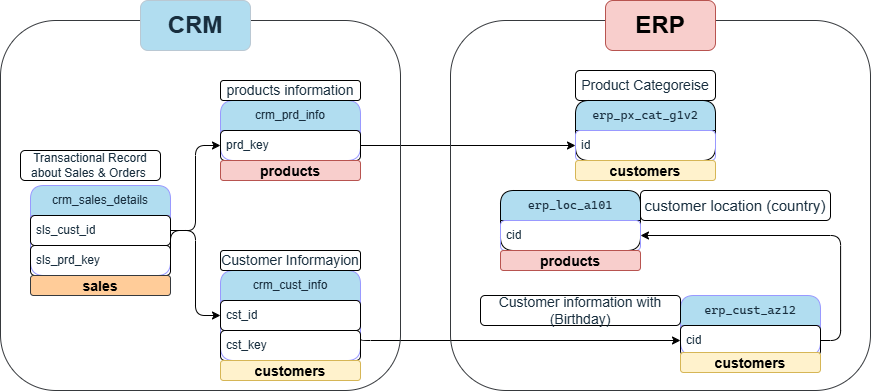
Earlier version of the draw.io export docs/Data integeration.drawio.png (AmenAbdelhay/sql-data-warehouse-project). Source tidied: cells renumbered, new cells last; positions are measured from the earlier drawing's top-left corner, leaving out a move shared by most shapes. The source it was exported from:
```xml
<mxGraphModel>
  <root>
    <mxCell id="0" />
    <mxCell id="1" parent="0" />
    <mxCell id="2" style="edgeStyle=orthogonalEdgeStyle;rounded=1;jettySize=auto;html=1;exitX=1;exitY=0.75;exitDx=0;exitDy=0;entryX=0;entryY=0.75;entryDx=0;entryDy=0;labelBackgroundColor=none;fontColor=default;strokeColor=#000000;" parent="1" edge="1" source="3" target="18">
      <mxGeometry relative="1" as="geometry">
        <Array as="points">
          <mxPoint x="360.1" y="340" />
        </Array>
      </mxGeometry>
    </mxCell>
    <mxCell id="3" value="crm_cust_info" style="swimlane;fontStyle=0;horizontal=1;startSize=30;whiteSpace=wrap;html=1;rounded=1;labelBackgroundColor=none;fillColor=#B1DDF0;strokeColor=#9999FF;fontColor=#182E3E;" parent="1" vertex="1">
      <mxGeometry x="220" y="270" width="140" height="90" as="geometry" />
    </mxCell>
    <mxCell id="4" value="cst_id" style="text;strokeColor=#000000;fillColor=none;align=left;verticalAlign=middle;spacingLeft=4;spacingRight=4;overflow=hidden;points=[[0,0.5],[1,0.5]];portConstraint=eastwest;whiteSpace=wrap;html=1;rounded=1;labelBackgroundColor=none;fontColor=#182E3E;" parent="3" vertex="1">
      <mxGeometry y="30" width="140" height="30" as="geometry" />
    </mxCell>
    <mxCell id="5" value="cst_key" style="text;strokeColor=#000000;fillColor=none;align=left;verticalAlign=middle;spacingLeft=4;spacingRight=4;overflow=hidden;whiteSpace=wrap;html=1;rounded=1;labelBackgroundColor=none;fontColor=#182E3E;" parent="3" vertex="1">
      <mxGeometry y="60" width="140" height="30" as="geometry" />
    </mxCell>
    <mxCell id="6" value="&lt;font style=&quot;font-size: 14px;&quot;&gt;Customer Informayion&lt;/font&gt;" style="text;html=1;whiteSpace=wrap;strokeColor=#000000;fillColor=none;align=center;verticalAlign=middle;rounded=1;labelBackgroundColor=none;fontColor=#182E3E;" parent="1" vertex="1">
      <mxGeometry x="220" y="250" width="140" height="20" as="geometry" />
    </mxCell>
    <mxCell id="7" style="edgeStyle=orthogonalEdgeStyle;rounded=1;jettySize=auto;html=1;exitX=1;exitY=0.5;exitDx=0;exitDy=0;labelBackgroundColor=none;fontColor=default;strokeColor=#000000;" parent="1" edge="1" source="8" target="4">
      <mxGeometry relative="1" as="geometry" />
    </mxCell>
    <mxCell id="8" value="crm_sales_details" style="swimlane;fontStyle=0;horizontal=1;startSize=30;whiteSpace=wrap;html=1;rounded=1;labelBackgroundColor=none;fillColor=#B1DDF0;strokeColor=#9999FF;fontColor=#182E3E;" parent="1" vertex="1">
      <mxGeometry x="30" y="185" width="140" height="90" as="geometry" />
    </mxCell>
    <mxCell id="9" value="sls_cust_id" style="text;strokeColor=#000000;fillColor=none;align=left;verticalAlign=middle;spacingLeft=4;spacingRight=4;overflow=hidden;whiteSpace=wrap;html=1;rounded=1;labelBackgroundColor=none;fontColor=#182E3E;" parent="8" vertex="1">
      <mxGeometry y="30" width="140" height="30" as="geometry" />
    </mxCell>
    <mxCell id="10" value="sls_prd_key" style="text;strokeColor=#000000;fillColor=none;align=left;verticalAlign=middle;spacingLeft=4;spacingRight=4;overflow=hidden;points=[[0,0.5],[1,0.5]];portConstraint=eastwest;whiteSpace=wrap;html=1;rounded=1;labelBackgroundColor=none;fontColor=#182E3E;" parent="8" vertex="1">
      <mxGeometry y="60" width="140" height="30" as="geometry" />
    </mxCell>
    <mxCell id="11" style="edgeStyle=orthogonalEdgeStyle;rounded=1;jettySize=auto;html=1;exitX=1;exitY=0.75;exitDx=0;exitDy=0;entryX=0;entryY=0.75;entryDx=0;entryDy=0;fontStyle=0;labelBackgroundColor=none;fontColor=default;strokeColor=#000000;fillColor=#f8cecc;" parent="1" edge="1" source="12" target="22">
      <mxGeometry relative="1" as="geometry" />
    </mxCell>
    <mxCell id="12" value="crm_prd_info" style="swimlane;fontStyle=0;horizontal=1;startSize=30;whiteSpace=wrap;html=1;rounded=1;labelBackgroundColor=none;fillColor=#B1DDF0;strokeColor=#9999FF;fontColor=#182E3E;" parent="1" vertex="1">
      <mxGeometry x="220" y="100" width="140" height="60" as="geometry" />
    </mxCell>
    <mxCell id="13" value="prd_key" style="text;strokeColor=#000000;fillColor=none;align=left;verticalAlign=middle;spacingLeft=4;spacingRight=4;overflow=hidden;points=[[0,0.5],[1,0.5]];portConstraint=eastwest;whiteSpace=wrap;html=1;rounded=1;labelBackgroundColor=none;fontColor=#182E3E;" parent="12" vertex="1">
      <mxGeometry y="30" width="140" height="30" as="geometry" />
    </mxCell>
    <mxCell id="14" value="&lt;font style=&quot;font-size: 14px;&quot;&gt;products information&lt;/font&gt;" style="text;html=1;whiteSpace=wrap;strokeColor=#000000;fillColor=none;align=center;verticalAlign=middle;rounded=1;labelBackgroundColor=none;fontColor=#182E3E;" parent="1" vertex="1">
      <mxGeometry x="220" y="80" width="140" height="20" as="geometry" />
    </mxCell>
    <mxCell id="15" value="Transactional Record about Sales &amp;amp; Orders&amp;nbsp;" style="text;html=1;whiteSpace=wrap;strokeColor=#000000;fillColor=none;align=center;verticalAlign=middle;rounded=1;labelBackgroundColor=none;fontColor=#182E3E;" parent="1" vertex="1">
      <mxGeometry x="20" y="150" width="140" height="30" as="geometry" />
    </mxCell>
    <mxCell id="16" style="edgeStyle=orthogonalEdgeStyle;rounded=1;jettySize=auto;html=1;exitX=1;exitY=0.5;exitDx=0;exitDy=0;entryX=0;entryY=0.5;entryDx=0;entryDy=0;labelBackgroundColor=none;fontColor=default;strokeColor=#000000;" parent="1" edge="1" source="10" target="13">
      <mxGeometry relative="1" as="geometry">
        <Array as="points">
          <mxPoint x="170.1" y="230" />
          <mxPoint x="195" y="230" />
          <mxPoint x="195" y="145.1" />
        </Array>
      </mxGeometry>
    </mxCell>
    <mxCell id="17" style="edgeStyle=orthogonalEdgeStyle;rounded=1;jettySize=auto;html=1;exitX=1;exitY=0.75;exitDx=0;exitDy=0;entryX=1;entryY=0.75;entryDx=0;entryDy=0;labelBackgroundColor=none;fontColor=default;strokeColor=#000000;" parent="1" edge="1" source="18" target="20">
      <mxGeometry relative="1" as="geometry">
        <Array as="points">
          <mxPoint x="840.1" y="340" />
          <mxPoint x="840.1" y="235.1" />
        </Array>
      </mxGeometry>
    </mxCell>
    <mxCell id="18" value="&lt;pre style=&quot;font-family: &amp;quot;Cascadia Mono&amp;quot;; font-size: 9pt;&quot;&gt;erp_cust_az12&lt;/pre&gt;" style="swimlane;fontStyle=0;horizontal=1;startSize=30;whiteSpace=wrap;html=1;rounded=1;labelBackgroundColor=none;fillColor=#B1DDF0;strokeColor=#9999FF;fontColor=#182E3E;" parent="1" vertex="1">
      <mxGeometry x="680" y="295" width="140" height="60" as="geometry" />
    </mxCell>
    <mxCell id="19" value="cid" style="text;strokeColor=#000000;fillColor=none;align=left;verticalAlign=middle;spacingLeft=4;spacingRight=4;overflow=hidden;whiteSpace=wrap;html=1;rounded=1;labelBackgroundColor=none;fontColor=#182E3E;" parent="18" vertex="1">
      <mxGeometry y="30" width="140" height="30" as="geometry" />
    </mxCell>
    <mxCell id="20" value="&lt;pre style=&quot;font-family: &amp;quot;Cascadia Mono&amp;quot;; font-size: 9pt;&quot;&gt;erp_loc_a101&lt;/pre&gt;" style="swimlane;fontStyle=0;horizontal=1;startSize=30;whiteSpace=wrap;html=1;rounded=1;labelBackgroundColor=none;fillColor=#B1DDF0;strokeColor=#000000;fontColor=#182E3E;" parent="1" vertex="1">
      <mxGeometry x="500" y="190" width="140" height="60" as="geometry" />
    </mxCell>
    <mxCell id="21" value="cid" style="text;strokeColor=#9999FF;fillColor=none;align=left;verticalAlign=middle;spacingLeft=4;spacingRight=4;overflow=hidden;whiteSpace=wrap;html=1;rounded=1;labelBackgroundColor=none;fontColor=#182E3E;" parent="20" vertex="1">
      <mxGeometry y="30" width="140" height="30" as="geometry" />
    </mxCell>
    <mxCell id="22" value="&lt;pre style=&quot;font-family: &amp;quot;Cascadia Mono&amp;quot;; font-size: 9pt;&quot;&gt;erp_px_cat_g1v2&lt;/pre&gt;" style="swimlane;fontStyle=0;horizontal=1;startSize=30;whiteSpace=wrap;html=1;rounded=1;labelBackgroundColor=none;fillColor=#B1DDF0;strokeColor=#000000;fontColor=#182E3E;" parent="1" vertex="1">
      <mxGeometry x="575" y="100" width="140" height="60" as="geometry" />
    </mxCell>
    <mxCell id="23" value="id" style="text;strokeColor=#9999FF;fillColor=none;align=left;verticalAlign=middle;spacingLeft=4;spacingRight=4;overflow=hidden;whiteSpace=wrap;html=1;rounded=1;labelBackgroundColor=none;fontColor=#182E3E;" parent="22" vertex="1">
      <mxGeometry y="30" width="140" height="30" as="geometry" />
    </mxCell>
    <mxCell id="24" value="&lt;font style=&quot;font-size: 14px;&quot;&gt;Customer information with (Birthday)&lt;/font&gt;" style="text;html=1;whiteSpace=wrap;strokeColor=#000000;fillColor=none;align=center;verticalAlign=middle;rounded=1;labelBackgroundColor=none;fontColor=#182E3E;" parent="1" vertex="1">
      <mxGeometry x="480" y="295" width="200" height="30" as="geometry" />
    </mxCell>
    <mxCell id="25" style="rounded=1;whiteSpace=wrap;html=1;fillColor=none;glass=0;shadow=0;labelBackgroundColor=none;strokeColor=#36393d;" parent="1" vertex="1">
      <mxGeometry y="20" width="400" height="370" as="geometry" />
    </mxCell>
    <mxCell id="26" value="&lt;font style=&quot;font-size: 24px;&quot;&gt;&lt;b&gt;CRM&lt;/b&gt;&lt;/font&gt;" style="rounded=1;whiteSpace=wrap;html=1;labelBackgroundColor=none;fillColor=#B1DDF0;strokeColor=#BAC8D3;fontColor=#182E3E;" parent="1" vertex="1">
      <mxGeometry x="140" width="110" height="50" as="geometry" />
    </mxCell>
    <mxCell id="27" value="&lt;font style=&quot;font-size: 14px;&quot;&gt;Product Categoreise&lt;/font&gt;" style="text;html=1;whiteSpace=wrap;strokeColor=#000000;fillColor=none;align=center;verticalAlign=middle;rounded=1;labelBackgroundColor=none;fontColor=#182E3E;" parent="1" vertex="1">
      <mxGeometry x="575" y="70" width="140" height="30" as="geometry" />
    </mxCell>
    <mxCell id="28" value="&lt;font style=&quot;font-size: 15px;&quot;&gt;customer location (country)&lt;/font&gt;" style="text;html=1;whiteSpace=wrap;strokeColor=#000000;fillColor=none;align=center;verticalAlign=middle;rounded=1;labelBackgroundColor=none;fontColor=#182E3E;" parent="1" vertex="1">
      <mxGeometry x="640" y="190" width="190" height="30" as="geometry" />
    </mxCell>
    <mxCell id="29" style="rounded=1;whiteSpace=wrap;html=1;fillColor=none;glass=0;shadow=0;labelBackgroundColor=none;strokeColor=#36393d;" parent="1" vertex="1">
      <mxGeometry x="450" y="20" width="420" height="370" as="geometry" />
    </mxCell>
    <mxCell id="30" value="&lt;font style=&quot;font-size: 24px;&quot;&gt;&lt;b&gt;ERP&lt;/b&gt;&lt;/font&gt;" style="rounded=1;whiteSpace=wrap;html=1;labelBackgroundColor=none;fillColor=#f8cecc;strokeColor=#b85450;" parent="1" vertex="1">
      <mxGeometry x="605" width="110" height="50" as="geometry" />
    </mxCell>
    <mxCell id="31" value="&lt;b&gt;&lt;font style=&quot;font-size: 14px;&quot;&gt;customers&lt;/font&gt;&lt;/b&gt;" style="text;html=1;align=center;verticalAlign=middle;whiteSpace=wrap;overflow=hidden;rounded=1;labelBackgroundColor=none;strokeColor=#d6b656;fillColor=#fff2cc;" parent="1" vertex="1">
      <mxGeometry x="680" y="352" width="140" height="20" as="geometry" />
    </mxCell>
    <mxCell id="32" value="&lt;b&gt;&lt;font style=&quot;font-size: 14px;&quot;&gt;customers&lt;/font&gt;&lt;/b&gt;" style="text;html=1;align=center;verticalAlign=middle;whiteSpace=wrap;overflow=hidden;rounded=1;labelBackgroundColor=none;strokeColor=#d6b656;fillColor=#fff2cc;" parent="1" vertex="1">
      <mxGeometry x="220" y="360" width="140" height="20" as="geometry" />
    </mxCell>
    <mxCell id="33" value="&lt;b&gt;&lt;font style=&quot;font-size: 14px;&quot;&gt;sales&lt;/font&gt;&lt;/b&gt;" style="text;html=1;align=center;verticalAlign=middle;whiteSpace=wrap;overflow=hidden;rounded=1;labelBackgroundColor=none;strokeColor=#36393d;fillColor=#ffcc99;" parent="1" vertex="1">
      <mxGeometry x="30" y="275" width="140" height="20" as="geometry" />
    </mxCell>
    <mxCell id="34" value="&lt;b&gt;&lt;font style=&quot;font-size: 14px;&quot;&gt;products&lt;/font&gt;&lt;/b&gt;" style="text;html=1;align=center;verticalAlign=middle;whiteSpace=wrap;overflow=hidden;rounded=1;labelBackgroundColor=none;strokeColor=#b85450;fillColor=#f8cecc;" parent="1" vertex="1">
      <mxGeometry x="220" y="160" width="140" height="20" as="geometry" />
    </mxCell>
    <mxCell id="35" value="&lt;b&gt;&lt;font style=&quot;font-size: 14px;&quot;&gt;products&lt;/font&gt;&lt;/b&gt;" style="text;html=1;align=center;verticalAlign=middle;whiteSpace=wrap;overflow=hidden;rounded=1;labelBackgroundColor=none;strokeColor=#b85450;fillColor=#f8cecc;" parent="1" vertex="1">
      <mxGeometry x="500" y="250" width="140" height="20" as="geometry" />
    </mxCell>
    <mxCell id="36" value="&lt;b&gt;&lt;font style=&quot;font-size: 14px;&quot;&gt;customers&lt;/font&gt;&lt;/b&gt;" style="text;html=1;align=center;verticalAlign=middle;whiteSpace=wrap;overflow=hidden;rounded=1;labelBackgroundColor=none;strokeColor=#d6b656;fillColor=#fff2cc;" parent="1" vertex="1">
      <mxGeometry x="575" y="160" width="140" height="20" as="geometry" />
    </mxCell>
  </root>
</mxGraphModel>
```
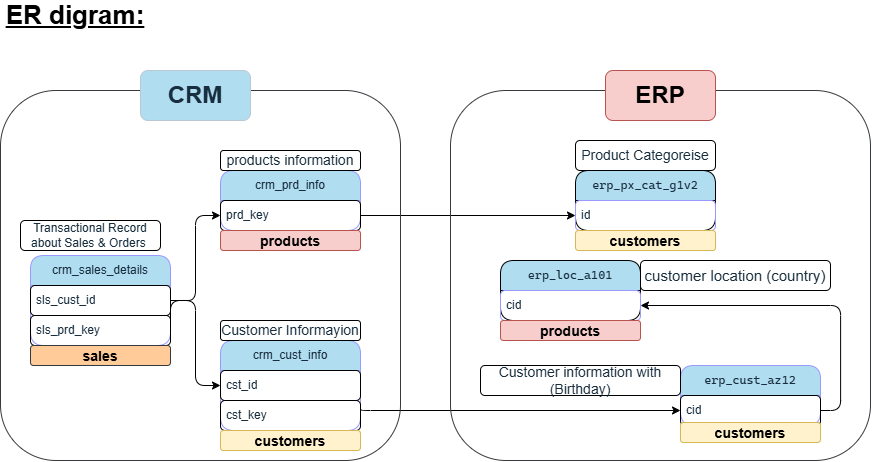
The same file after the commit.

Change to the diagram source:
```diff
@@ -1,4 +1,4 @@
-<mxGraphModel>
+<mxGraphModel background="light-dark(#FFFFFF,#121212)">
   <root>
     <mxCell id="0" />
     <mxCell id="1" parent="0" />
@@ -122,5 +122,8 @@
     <mxCell id="36" value="&lt;b&gt;&lt;font style=&quot;font-size: 14px;&quot;&gt;customers&lt;/font&gt;&lt;/b&gt;" style="text;html=1;align=center;verticalAlign=middle;whiteSpace=wrap;overflow=hidden;rounded=1;labelBackgroundColor=none;strokeColor=#d6b656;fillColor=#fff2cc;" parent="1" vertex="1">
       <mxGeometry x="575" y="160" width="140" height="20" as="geometry" />
     </mxCell>
+    <mxCell id="37" value="&lt;font style=&quot;font-size: 26px;&quot;&gt;&lt;u&gt;ER digram:&lt;/u&gt;&lt;/font&gt;" style="text;html=1;whiteSpace=wrap;strokeColor=none;fillColor=none;align=center;verticalAlign=middle;rounded=0;fontStyle=1;" parent="1" vertex="1">
+      <mxGeometry y="-70" width="150" height="30" as="geometry" />
+    </mxCell>
   </root>
 </mxGraphModel>
```
